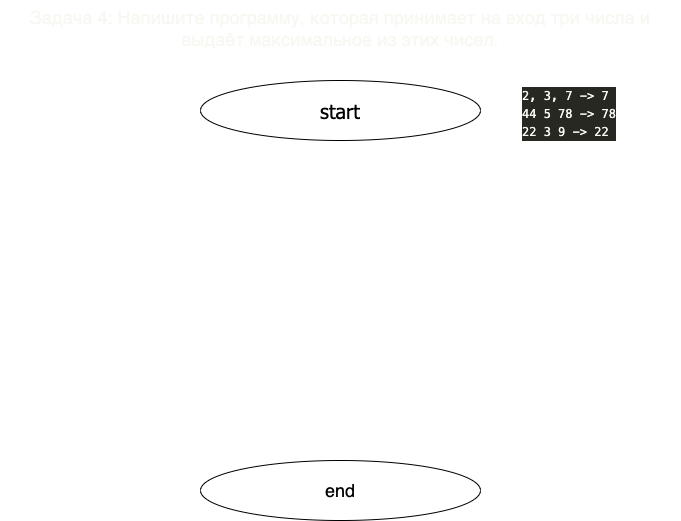
Earlier version of the draw.io export homework/task004/diagram.drawio.png (SergeyION/homework). Source tidied: cells renumbered, new cells last; positions are measured from the earlier drawing's top-left corner, leaving out a move shared by most shapes. Its diagram source:
```xml
<mxGraphModel>
  <root>
    <mxCell id="0" />
    <mxCell id="1" parent="0" />
    <mxCell id="2" value="&lt;meta charset=&quot;utf-8&quot; style=&quot;font-size: 18px;&quot;&gt;&lt;h1 class=&quot;code-line&quot; dir=&quot;auto&quot; id=&quot;%D0%B7%D0%B0%D0%B4%D0%B0%D1%87%D0%B0-4-%D0%BD%D0%B0%D0%BF%D0%B8%D1%88%D0%B8%D1%82%D0%B5-%D0%BF%D1%80%D0%BE%D0%B3%D1%80%D0%B0%D0%BC%D0%BC%D1%83-%D0%BA%D0%BE%D1%82%D0%BE%D1%80%D0%B0%D1%8F-%D0%BF%D1%80%D0%B8%D0%BD%D0%B8%D0%BC%D0%B0%D0%B5%D1%82-%D0%BD%D0%B0-%D0%B2%D1%85%D0%BE%D0%B4-%D1%82%D1%80%D0%B8-%D1%87%D0%B8%D1%81%D0%BB%D0%B0-%D0%B8-%D0%B2%D1%8B%D0%B4%D0%B0%D1%91%D1%82-%D0%BC%D0%B0%D0%BA%D1%81%D0%B8%D0%BC%D0%B0%D0%BB%D1%8C%D0%BD%D0%BE%D0%B5-%D0%B8%D0%B7-%D1%8D%D1%82%D0%B8%D1%85-%D1%87%D0%B8%D1%81%D0%B5%D0%BB&quot; style=&quot;margin-top: 0px; padding-bottom: 0.3em; line-height: 1.2; border-bottom: 1px solid rgba(255, 255, 255, 0.18); font-weight: normal; border-top-color: rgba(255, 255, 255, 0.18); border-right-color: rgba(255, 255, 255, 0.18); border-left-color: rgba(255, 255, 255, 0.18); position: relative; color: rgb(248, 248, 242); font-style: normal; letter-spacing: normal; text-indent: 0px; text-transform: none; word-spacing: 0px; font-size: 18px;&quot;&gt;Задача 4: Напишите программу, которая принимает на вход три числа и выдаёт максимальное из этих чисел.&lt;/h1&gt;" style="text;whiteSpace=wrap;html=1;fontSize=18;align=center;" parent="1" vertex="1">
      <mxGeometry width="680" height="70" as="geometry" />
    </mxCell>
    <mxCell id="3" value="&lt;meta charset=&quot;utf-8&quot;&gt;&lt;div style=&quot;color: rgb(248, 248, 242); background-color: rgb(39, 40, 34); font-family: menlo, monaco, &amp;quot;courier new&amp;quot;, monospace; font-weight: normal; font-size: 12px; line-height: 18px;&quot;&gt;&lt;div&gt;&lt;span style=&quot;color: #f8f8f2&quot;&gt;2, 3, 7 -&amp;gt; 7&lt;/span&gt;&lt;/div&gt;&lt;div&gt;&lt;span style=&quot;color: #f8f8f2&quot;&gt;44 5 78 -&amp;gt; 78&lt;/span&gt;&lt;/div&gt;&lt;div&gt;&lt;span style=&quot;color: #f8f8f2&quot;&gt;22 3 9 -&amp;gt; 22&lt;/span&gt;&lt;/div&gt;&lt;/div&gt;" style="text;whiteSpace=wrap;html=1;fontSize=18;" parent="1" vertex="1">
      <mxGeometry x="520" y="80" width="160" height="70" as="geometry" />
    </mxCell>
    <mxCell id="4" value="start" style="ellipse;whiteSpace=wrap;html=1;fontSize=20;fontFamily=Tahoma;" parent="1" vertex="1">
      <mxGeometry x="200" y="80" width="280" height="60" as="geometry" />
    </mxCell>
    <mxCell id="5" value="end" style="ellipse;whiteSpace=wrap;html=1;fontSize=18;" parent="1" vertex="1">
      <mxGeometry x="200" y="460" width="280" height="60" as="geometry" />
    </mxCell>
  </root>
</mxGraphModel>
```
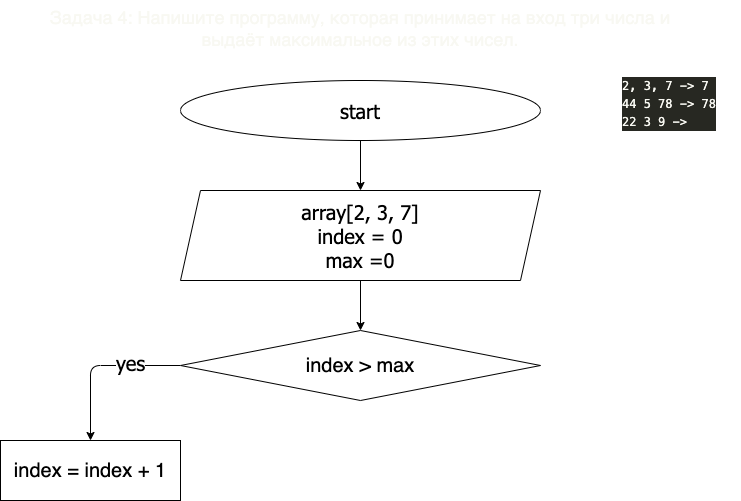
The same diagram one commit later.

The edit, as a diff of the source:
```diff
@@ -3,16 +3,40 @@
     <mxCell id="0" />
     <mxCell id="1" parent="0" />
     <mxCell id="2" value="&lt;meta charset=&quot;utf-8&quot; style=&quot;font-size: 18px;&quot;&gt;&lt;h1 class=&quot;code-line&quot; dir=&quot;auto&quot; id=&quot;%D0%B7%D0%B0%D0%B4%D0%B0%D1%87%D0%B0-4-%D0%BD%D0%B0%D0%BF%D0%B8%D1%88%D0%B8%D1%82%D0%B5-%D0%BF%D1%80%D0%BE%D0%B3%D1%80%D0%B0%D0%BC%D0%BC%D1%83-%D0%BA%D0%BE%D1%82%D0%BE%D1%80%D0%B0%D1%8F-%D0%BF%D1%80%D0%B8%D0%BD%D0%B8%D0%BC%D0%B0%D0%B5%D1%82-%D0%BD%D0%B0-%D0%B2%D1%85%D0%BE%D0%B4-%D1%82%D1%80%D0%B8-%D1%87%D0%B8%D1%81%D0%BB%D0%B0-%D0%B8-%D0%B2%D1%8B%D0%B4%D0%B0%D1%91%D1%82-%D0%BC%D0%B0%D0%BA%D1%81%D0%B8%D0%BC%D0%B0%D0%BB%D1%8C%D0%BD%D0%BE%D0%B5-%D0%B8%D0%B7-%D1%8D%D1%82%D0%B8%D1%85-%D1%87%D0%B8%D1%81%D0%B5%D0%BB&quot; style=&quot;margin-top: 0px; padding-bottom: 0.3em; line-height: 1.2; border-bottom: 1px solid rgba(255, 255, 255, 0.18); font-weight: normal; border-top-color: rgba(255, 255, 255, 0.18); border-right-color: rgba(255, 255, 255, 0.18); border-left-color: rgba(255, 255, 255, 0.18); position: relative; color: rgb(248, 248, 242); font-style: normal; letter-spacing: normal; text-indent: 0px; text-transform: none; word-spacing: 0px; font-size: 18px;&quot;&gt;Задача 4: Напишите программу, которая принимает на вход три числа и выдаёт максимальное из этих чисел.&lt;/h1&gt;" style="text;whiteSpace=wrap;html=1;fontSize=18;align=center;" parent="1" vertex="1">
-      <mxGeometry width="680" height="70" as="geometry" />
+      <mxGeometry width="680" height="60" as="geometry" />
     </mxCell>
-    <mxCell id="3" value="&lt;meta charset=&quot;utf-8&quot;&gt;&lt;div style=&quot;color: rgb(248, 248, 242); background-color: rgb(39, 40, 34); font-family: menlo, monaco, &amp;quot;courier new&amp;quot;, monospace; font-weight: normal; font-size: 12px; line-height: 18px;&quot;&gt;&lt;div&gt;&lt;span style=&quot;color: #f8f8f2&quot;&gt;2, 3, 7 -&amp;gt; 7&lt;/span&gt;&lt;/div&gt;&lt;div&gt;&lt;span style=&quot;color: #f8f8f2&quot;&gt;44 5 78 -&amp;gt; 78&lt;/span&gt;&lt;/div&gt;&lt;div&gt;&lt;span style=&quot;color: #f8f8f2&quot;&gt;22 3 9 -&amp;gt; 22&lt;/span&gt;&lt;/div&gt;&lt;/div&gt;" style="text;whiteSpace=wrap;html=1;fontSize=18;" parent="1" vertex="1">
-      <mxGeometry x="520" y="80" width="160" height="70" as="geometry" />
+    <mxCell id="3" value="&lt;meta charset=&quot;utf-8&quot;&gt;&lt;div style=&quot;color: rgb(248, 248, 242); background-color: rgb(39, 40, 34); font-family: menlo, monaco, &amp;quot;courier new&amp;quot;, monospace; font-weight: normal; font-size: 12px; line-height: 18px;&quot;&gt;&lt;div&gt;&lt;span style=&quot;color: #f8f8f2&quot;&gt;2, 3, 7 -&amp;gt; 7&lt;/span&gt;&lt;/div&gt;&lt;div&gt;&lt;span style=&quot;color: #f8f8f2&quot;&gt;44 5 78 -&amp;gt; 78&lt;/span&gt;&lt;/div&gt;&lt;div&gt;&lt;span style=&quot;color: #f8f8f2&quot;&gt;22 3 9 -&amp;gt; &lt;/span&gt;&lt;/div&gt;&lt;/div&gt;" style="text;whiteSpace=wrap;html=1;" parent="1" vertex="1">
+      <mxGeometry x="600" y="70" width="120" height="70" as="geometry" />
     </mxCell>
+    <mxCell id="6" style="edgeStyle=none;html=1;" parent="1" edge="1" source="4" target="5">
+      <mxGeometry relative="1" as="geometry" />
+    </mxCell>
-    <mxCell id="4" value="start" style="ellipse;whiteSpace=wrap;html=1;fontSize=20;fontFamily=Tahoma;" parent="1" vertex="1">
-      <mxGeometry x="200" y="80" width="280" height="60" as="geometry" />
+    <mxCell id="4" value="start" style="ellipse;whiteSpace=wrap;html=1;fontFamily=Tahoma;fontSize=20;" parent="1" vertex="1">
+      <mxGeometry x="160" y="80" width="360" height="60" as="geometry" />
     </mxCell>
+    <mxCell id="7" style="edgeStyle=none;html=1;" parent="1" edge="1" source="5" target="10">
+      <mxGeometry relative="1" as="geometry" />
+    </mxCell>
-    <mxCell id="5" value="end" style="ellipse;whiteSpace=wrap;html=1;fontSize=18;" parent="1" vertex="1">
-      <mxGeometry x="200" y="460" width="280" height="60" as="geometry" />
+    <mxCell id="5" value="array[2, 3, 7]&lt;br&gt;index = 0&lt;br&gt;max =0" style="shape=parallelogram;perimeter=parallelogramPerimeter;whiteSpace=wrap;html=1;fixedSize=1;fontSize=20;fontFamily=Tahoma;" parent="1" vertex="1">
+      <mxGeometry x="160" y="190" width="360" height="90" as="geometry" />
     </mxCell>
+    <mxCell id="8" style="edgeStyle=none;html=1;fontFamily=Tahoma;fontSize=20;exitX=0;exitY=0.5;exitDx=0;exitDy=0;entryX=0.5;entryY=0;entryDx=0;entryDy=0;" parent="1" edge="1" source="10" target="11">
+      <mxGeometry relative="1" as="geometry">
+        <Array as="points">
+          <mxPoint x="70" y="365" />
+        </Array>
+      </mxGeometry>
+    </mxCell>
+    <mxCell id="9" value="yes" style="edgeLabel;html=1;align=center;verticalAlign=middle;fontSize=20;fontFamily=Tahoma;" parent="8" vertex="1">
+      <mxGeometry x="-0.38" y="4" relative="1" as="geometry">
+        <mxPoint y="-8" as="offset" />
+      </mxGeometry>
+    </mxCell>
+    <mxCell id="10" value="index &amp;gt; max" style="rhombus;whiteSpace=wrap;html=1;fontSize=20;" parent="1" vertex="1">
+      <mxGeometry x="160" y="330" width="360" height="70" as="geometry" />
+    </mxCell>
+    <mxCell id="11" value="index = index + 1" style="whiteSpace=wrap;html=1;fontSize=20;" parent="1" vertex="1">
+      <mxGeometry x="-20" y="440" width="180" height="60" as="geometry" />
+    </mxCell>
   </root>
 </mxGraphModel>
```
